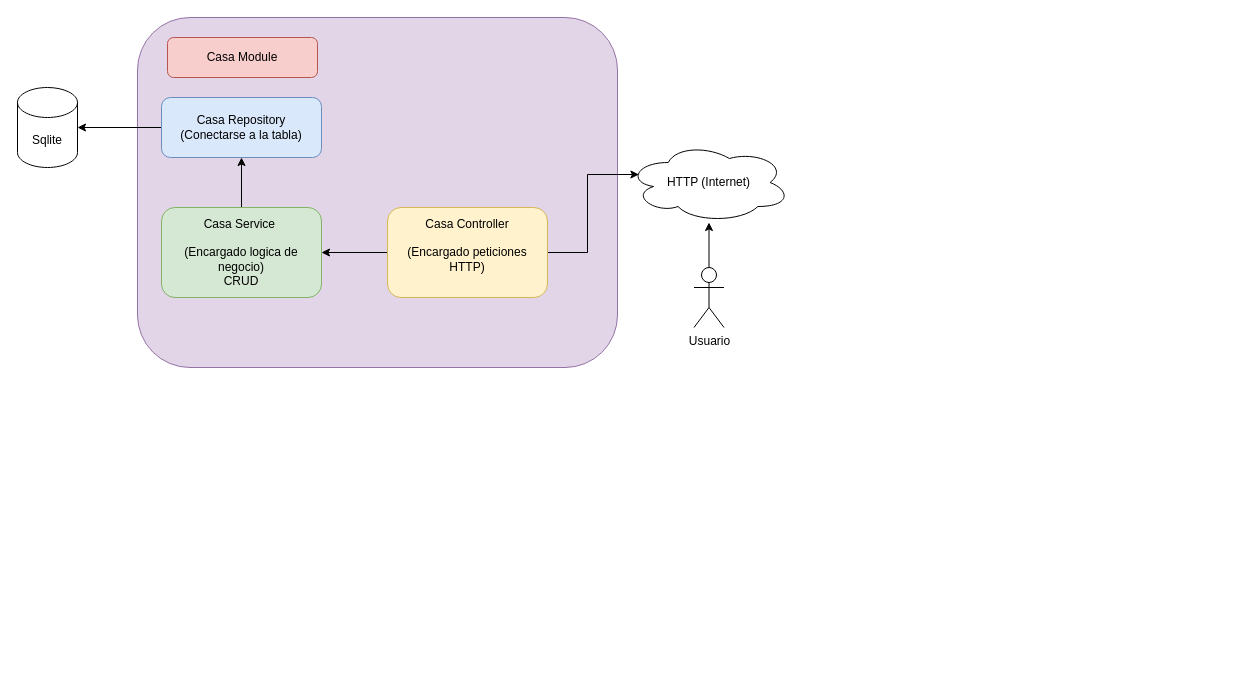
Earlier version of the draw.io diagram page "Página-3" (3 of 3) of web.drawio (2025A-Web-SW-GR1/webswgr1-eguez-sarzosa-vicente-adrian). Source tidied: cells renumbered, new cells numbered last; positions are measured from the earlier drawing's top-left corner, leaving out a move shared by most shapes. Both pictures are drawn from the tidied source at 100%, with x=0, y=0 at pixel (17, 17).
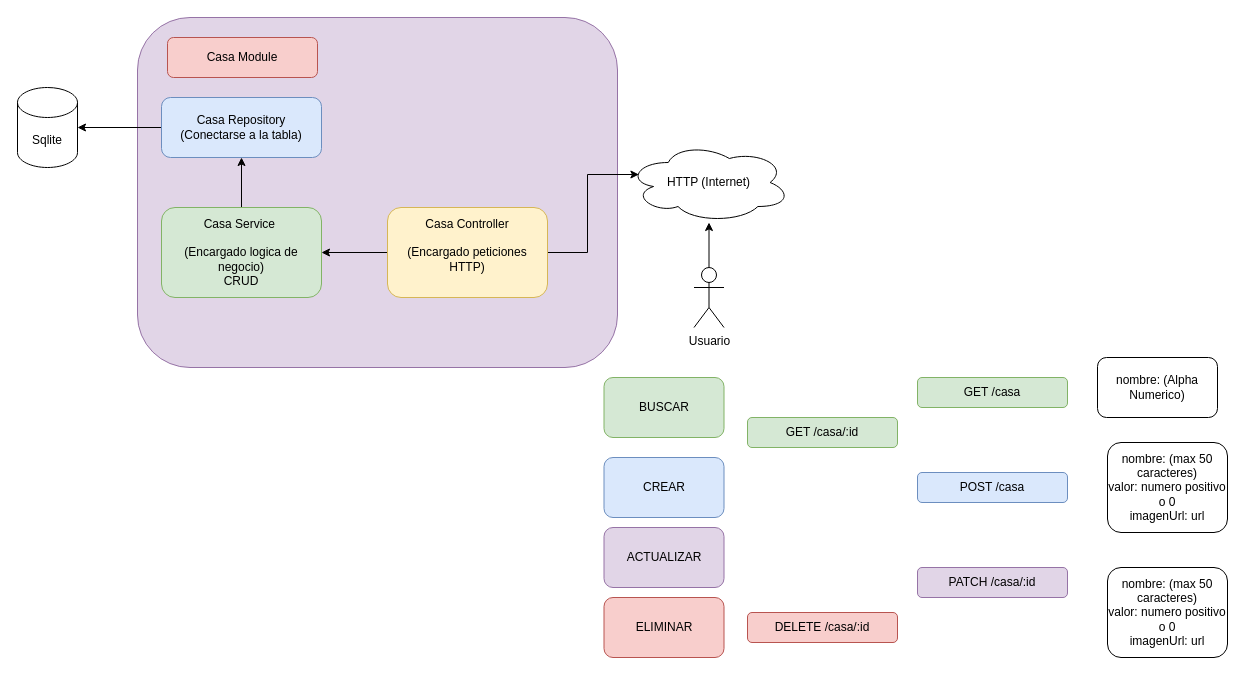
Above is the later version.

Commit message (it also covers changes not shown here):
hasta crear y buscar

What changed in the source:
```diff
@@
+    <mxCell id="15" value="CREAR" style="rounded=1;whiteSpace=wrap;html=1;fillColor=#dae8fc;strokeColor=#6c8ebf;" parent="1" vertex="1">
+      <mxGeometry x="586.5" y="440" width="120" height="60" as="geometry" />
+    </mxCell>
+    <mxCell id="16" value="ACTUALIZAR" style="rounded=1;whiteSpace=wrap;html=1;fillColor=#e1d5e7;strokeColor=#9673a6;" parent="1" vertex="1">
+      <mxGeometry x="586.5" y="510" width="120" height="60" as="geometry" />
+    </mxCell>
+    <mxCell id="17" value="BUSCAR" style="rounded=1;whiteSpace=wrap;html=1;fillColor=#d5e8d4;strokeColor=#82b366;" parent="1" vertex="1">
+      <mxGeometry x="586.5" y="360" width="120" height="60" as="geometry" />
+    </mxCell>
+    <mxCell id="18" value="ELIMINAR" style="rounded=1;whiteSpace=wrap;html=1;fillColor=#f8cecc;strokeColor=#b85450;" parent="1" vertex="1">
+      <mxGeometry x="586.5" y="580" width="120" height="60" as="geometry" />
+    </mxCell>
+    <mxCell id="19" value="GET /casa" style="rounded=1;whiteSpace=wrap;html=1;fillColor=#d5e8d4;strokeColor=#82b366;" parent="1" vertex="1">
+      <mxGeometry x="900" y="360" width="150" height="30" as="geometry" />
+    </mxCell>
+    <mxCell id="20" value="GET /casa/:id" style="rounded=1;whiteSpace=wrap;html=1;fillColor=#d5e8d4;strokeColor=#82b366;" parent="1" vertex="1">
+      <mxGeometry x="730" y="400" width="150" height="30" as="geometry" />
+    </mxCell>
+    <mxCell id="21" value="POST /casa" style="rounded=1;whiteSpace=wrap;html=1;fillColor=#dae8fc;strokeColor=#6c8ebf;" parent="1" vertex="1">
+      <mxGeometry x="900" y="455" width="150" height="30" as="geometry" />
+    </mxCell>
+    <mxCell id="22" value="PATCH /casa/:id" style="rounded=1;whiteSpace=wrap;html=1;fillColor=#e1d5e7;strokeColor=#9673a6;" parent="1" vertex="1">
+      <mxGeometry x="900" y="550" width="150" height="30" as="geometry" />
+    </mxCell>
+    <mxCell id="23" value="DELETE /casa/:id" style="rounded=1;whiteSpace=wrap;html=1;fillColor=#f8cecc;strokeColor=#b85450;" parent="1" vertex="1">
+      <mxGeometry x="730" y="595" width="150" height="30" as="geometry" />
+    </mxCell>
+    <mxCell id="24" value="nombre: (Alpha Numerico)" style="rounded=1;whiteSpace=wrap;html=1;" parent="1" vertex="1">
+      <mxGeometry x="1080" y="340" width="120" height="60" as="geometry" />
+    </mxCell>
+    <mxCell id="25" value="nombre: (max 50 caracteres)&lt;br&gt;valor: numero positivo o 0&lt;div&gt;imagenUrl: url&lt;/div&gt;" style="rounded=1;whiteSpace=wrap;html=1;" parent="1" vertex="1">
+      <mxGeometry x="1090" y="425" width="120" height="90" as="geometry" />
+    </mxCell>
+    <mxCell id="26" value="nombre: (max 50 caracteres)&lt;br&gt;valor: numero positivo o 0&lt;div&gt;imagenUrl: url&lt;/div&gt;" style="rounded=1;whiteSpace=wrap;html=1;" parent="1" vertex="1">
+      <mxGeometry x="1090" y="550" width="120" height="90" as="geometry" />
+    </mxCell>
```
